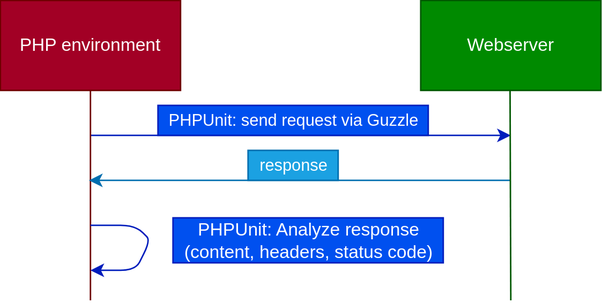
Earlier version of the draw.io export src/resources/integration-test-architecture.drawio.svg (leoloso/leoloso.com). Source tidied: cells renumbered, new cells last; positions are measured from the earlier drawing's top-left corner, leaving out a move shared by most shapes. Its diagram source:
```xml
<mxGraphModel>
  <root>
    <mxCell id="0" />
    <mxCell id="1" parent="0" />
    <mxCell id="2" style="edgeStyle=none;html=1;fillColor=#0050ef;strokeColor=#001DBC;" parent="1" edge="1">
      <mxGeometry relative="1" as="geometry">
        <mxPoint x="60" y="90" as="sourcePoint" />
        <mxPoint x="340" y="90" as="targetPoint" />
      </mxGeometry>
    </mxCell>
    <mxCell id="3" style="edgeStyle=none;html=1;exitX=0.5;exitY=1;exitDx=0;exitDy=0;strokeColor=#6F0000;endArrow=none;endFill=0;fillColor=#a20025;" parent="1" edge="1" source="4">
      <mxGeometry relative="1" as="geometry">
        <mxPoint x="60" y="200" as="targetPoint" />
      </mxGeometry>
    </mxCell>
    <mxCell id="4" value="PHP environment" style="rounded=0;whiteSpace=wrap;html=1;fillColor=#a20025;fontColor=#ffffff;strokeColor=#6F0000;" parent="1" vertex="1">
      <mxGeometry width="120" height="60" as="geometry" />
    </mxCell>
    <mxCell id="5" style="edgeStyle=none;html=1;fillColor=#1ba1e2;strokeColor=#006EAF;" parent="1" edge="1">
      <mxGeometry relative="1" as="geometry">
        <mxPoint x="340" y="120" as="sourcePoint" />
        <mxPoint x="59" y="120" as="targetPoint" />
      </mxGeometry>
    </mxCell>
    <mxCell id="6" value="Webserver" style="rounded=0;whiteSpace=wrap;html=1;fillColor=#008a00;fontColor=#ffffff;strokeColor=#005700;" parent="1" vertex="1">
      <mxGeometry x="280" width="120" height="60" as="geometry" />
    </mxCell>
    <mxCell id="7" value="&lt;span style=&quot;font-size: 11px&quot;&gt;response&lt;/span&gt;" style="text;html=1;align=center;verticalAlign=middle;strokeColor=#006EAF;fillColor=#1ba1e2;fontColor=#ffffff;" parent="1" vertex="1">
      <mxGeometry x="165" y="100" width="60" height="20" as="geometry" />
    </mxCell>
    <mxCell id="8" value="&lt;span style=&quot;font-size: 11px&quot;&gt;PHPUnit: send request via Guzzle&lt;/span&gt;" style="text;html=1;align=center;verticalAlign=middle;strokeColor=#001DBC;fillColor=#0050ef;fontColor=#ffffff;" parent="1" vertex="1">
      <mxGeometry x="105" y="70" width="180" height="20" as="geometry" />
    </mxCell>
    <mxCell id="9" style="edgeStyle=none;html=1;exitX=0.5;exitY=1;exitDx=0;exitDy=0;strokeColor=#005700;endArrow=none;endFill=0;fillColor=#008a00;" parent="1" edge="1">
      <mxGeometry relative="1" as="geometry">
        <mxPoint x="339.5" y="60" as="sourcePoint" />
        <mxPoint x="340" y="200" as="targetPoint" />
      </mxGeometry>
    </mxCell>
    <mxCell id="10" style="endArrow=classic;html=1;strokeColor=#001DBC;rounded=1;fillColor=#0050ef;" parent="1" edge="1">
      <mxGeometry relative="1" as="geometry">
        <mxPoint x="60" y="150" as="sourcePoint" />
        <mxPoint x="60" y="180" as="targetPoint" />
        <Array as="points">
          <mxPoint x="90" y="150" />
          <mxPoint x="100" y="160" />
          <mxPoint x="90" y="180" />
        </Array>
      </mxGeometry>
    </mxCell>
    <mxCell id="11" value="PHPUnit: Analyze response&lt;br&gt;(content, headers, status code)" style="text;html=1;align=center;verticalAlign=middle;strokeColor=#001DBC;fillColor=#0050ef;fontColor=#ffffff;" parent="1" vertex="1">
      <mxGeometry x="115" y="145" width="180" height="30" as="geometry" />
    </mxCell>
  </root>
</mxGraphModel>
```
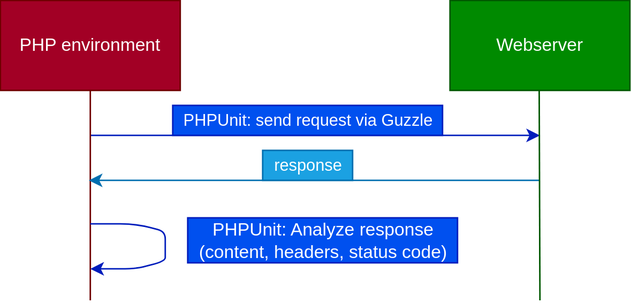
Above is the later version.

What changed in the source:
```diff
@@ -4,26 +4,26 @@
     <mxCell id="1" parent="0" />
     <mxCell id="2" style="edgeStyle=none;html=1;fillColor=#0050ef;strokeColor=#001DBC;" parent="1" edge="1">
       <mxGeometry relative="1" as="geometry">
-        <mxPoint x="60" y="90" as="sourcePoint" />
-        <mxPoint x="340" y="90" as="targetPoint" />
+        <mxPoint x="50" y="90" as="sourcePoint" />
+        <mxPoint x="350" y="90" as="targetPoint" />
       </mxGeometry>
     </mxCell>
     <mxCell id="3" style="edgeStyle=none;html=1;exitX=0.5;exitY=1;exitDx=0;exitDy=0;strokeColor=#6F0000;endArrow=none;endFill=0;fillColor=#a20025;" parent="1" edge="1" source="4">
       <mxGeometry relative="1" as="geometry">
-        <mxPoint x="60" y="200" as="targetPoint" />
+        <mxPoint x="50" y="200" as="targetPoint" />
       </mxGeometry>
     </mxCell>
     <mxCell id="4" value="PHP environment" style="rounded=0;whiteSpace=wrap;html=1;fillColor=#a20025;fontColor=#ffffff;strokeColor=#6F0000;" parent="1" vertex="1">
-      <mxGeometry width="120" height="60" as="geometry" />
+      <mxGeometry x="-10" width="120" height="60" as="geometry" />
     </mxCell>
     <mxCell id="5" style="edgeStyle=none;html=1;fillColor=#1ba1e2;strokeColor=#006EAF;" parent="1" edge="1">
       <mxGeometry relative="1" as="geometry">
-        <mxPoint x="340" y="120" as="sourcePoint" />
-        <mxPoint x="59" y="120" as="targetPoint" />
+        <mxPoint x="350" y="120" as="sourcePoint" />
+        <mxPoint x="49" y="120" as="targetPoint" />
       </mxGeometry>
     </mxCell>
     <mxCell id="6" value="Webserver" style="rounded=0;whiteSpace=wrap;html=1;fillColor=#008a00;fontColor=#ffffff;strokeColor=#005700;" parent="1" vertex="1">
-      <mxGeometry x="280" width="120" height="60" as="geometry" />
+      <mxGeometry x="290" width="120" height="60" as="geometry" />
     </mxCell>
     <mxCell id="7" value="&lt;span style=&quot;font-size: 11px&quot;&gt;response&lt;/span&gt;" style="text;html=1;align=center;verticalAlign=middle;strokeColor=#006EAF;fillColor=#1ba1e2;fontColor=#ffffff;" parent="1" vertex="1">
       <mxGeometry x="165" y="100" width="60" height="20" as="geometry" />
@@ -33,23 +33,25 @@
     </mxCell>
     <mxCell id="9" style="edgeStyle=none;html=1;exitX=0.5;exitY=1;exitDx=0;exitDy=0;strokeColor=#005700;endArrow=none;endFill=0;fillColor=#008a00;" parent="1" edge="1">
       <mxGeometry relative="1" as="geometry">
-        <mxPoint x="339.5" y="60" as="sourcePoint" />
-        <mxPoint x="340" y="200" as="targetPoint" />
+        <mxPoint x="349.5" y="60" as="sourcePoint" />
+        <mxPoint x="350" y="200" as="targetPoint" />
       </mxGeometry>
     </mxCell>
-    <mxCell id="10" style="endArrow=classic;html=1;strokeColor=#001DBC;rounded=1;fillColor=#0050ef;" parent="1" edge="1">
-      <mxGeometry relative="1" as="geometry">
-        <mxPoint x="60" y="150" as="sourcePoint" />
-        <mxPoint x="60" y="180" as="targetPoint" />
-        <Array as="points">
-          <mxPoint x="90" y="150" />
-          <mxPoint x="100" y="160" />
-          <mxPoint x="90" y="180" />
-        </Array>
-      </mxGeometry>
-    </mxCell>
     <mxCell id="11" value="PHPUnit: Analyze response&lt;br&gt;(content, headers, status code)" style="text;html=1;align=center;verticalAlign=middle;strokeColor=#001DBC;fillColor=#0050ef;fontColor=#ffffff;" parent="1" vertex="1">
       <mxGeometry x="115" y="145" width="180" height="30" as="geometry" />
     </mxCell>
+    <mxCell id="12" style="endArrow=classic;html=1;strokeColor=#001DBC;rounded=1;fillColor=#0050ef;" parent="1" edge="1">
+      <mxGeometry relative="1" as="geometry">
+        <mxPoint x="50" y="149" as="sourcePoint" />
+        <mxPoint x="50" y="179" as="targetPoint" />
+        <Array as="points">
+          <mxPoint x="80" y="149" />
+          <mxPoint x="100" y="154" />
+          <mxPoint x="100" y="164" />
+          <mxPoint x="100" y="174" />
+          <mxPoint x="80" y="179" />
+        </Array>
+      </mxGeometry>
+    </mxCell>
   </root>
 </mxGraphModel>
```
